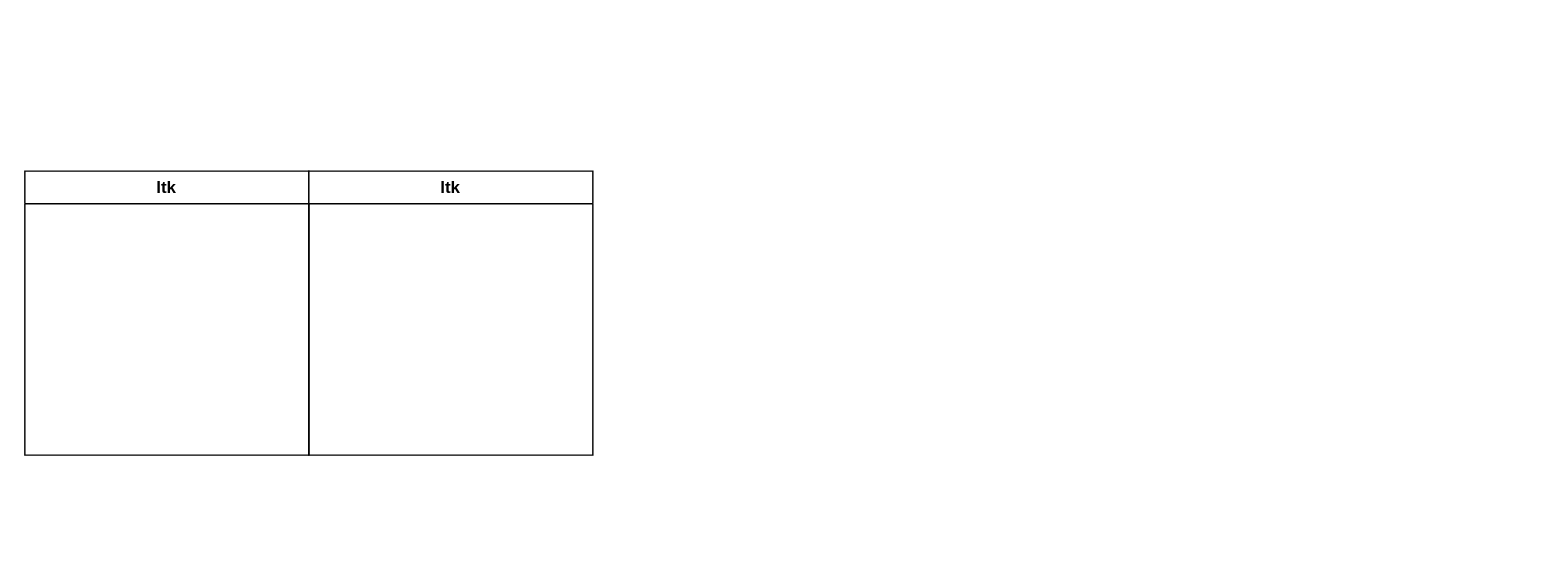
yi2003/diagram keeps this draw.io diagram as 未命名绘图.drawio. Above is the earlier version. Source tidied: cells renumbered, new cells numbered last; positions are measured from the earlier drawing's top-left corner, leaving out a move shared by most shapes. Both pictures are drawn from the tidied source at 142%, with x=0, y=0 at pixel (24, 170).
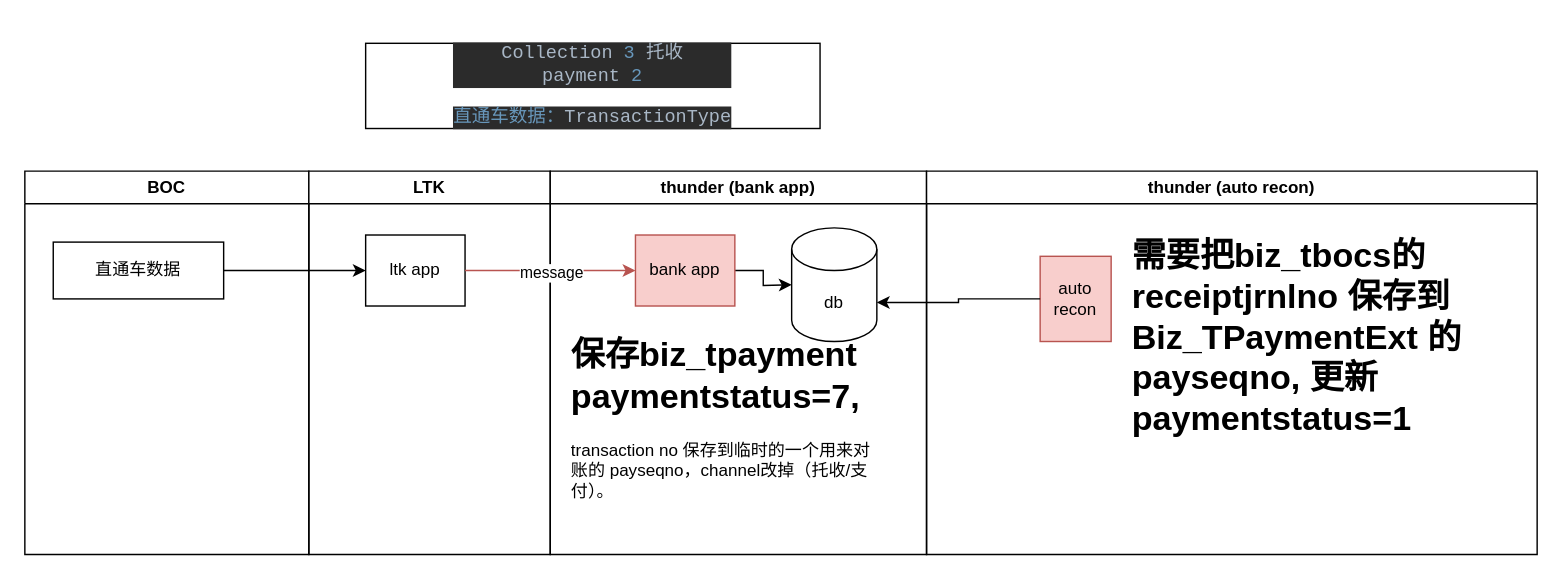
After the change.

Commit message (it also covers changes not shown here):
更新未命名绘图.drawio

The edit, as a diff of the source:
```diff
@@
 <mxGraphModel>
   <root>
     <mxCell id="0" />
     <mxCell id="1" parent="0" />
-    <mxCell id="2" value="ltk" style="swimlane;whiteSpace=wrap;html=1;" parent="1" vertex="1">
-      <mxGeometry width="200" height="200" as="geometry" />
+    <mxCell id="2" value="BOC" style="swimlane;whiteSpace=wrap;html=1;" parent="1" vertex="1">
+      <mxGeometry width="200" height="270" as="geometry" />
     </mxCell>
+    <mxCell id="4" value="直通车数据" style="rounded=0;whiteSpace=wrap;html=1;" parent="2" vertex="1">
+      <mxGeometry x="20" y="50" width="120" height="40" as="geometry" />
+    </mxCell>
-    <mxCell id="3" value="ltk" style="swimlane;whiteSpace=wrap;html=1;" parent="1" vertex="1">
-      <mxGeometry x="200" width="200" height="200" as="geometry" />
+    <mxCell id="3" value="LTK" style="swimlane;whiteSpace=wrap;html=1;" parent="1" vertex="1">
+      <mxGeometry x="200" width="170" height="270" as="geometry" />
     </mxCell>
+    <mxCell id="5" value="ltk app" style="rounded=0;whiteSpace=wrap;html=1;" parent="3" vertex="1">
+      <mxGeometry x="40" y="45" width="70" height="50" as="geometry" />
+    </mxCell>
+    <mxCell id="6" value="thunder (bank app)" style="swimlane;whiteSpace=wrap;html=1;" parent="1" vertex="1">
+      <mxGeometry x="370" width="265" height="270" as="geometry" />
+    </mxCell>
+    <mxCell id="7" style="edgeStyle=orthogonalEdgeStyle;rounded=0;jettySize=auto;html=1;" parent="6" edge="1" source="8">
+      <mxGeometry relative="1" as="geometry">
+        <mxPoint x="170" y="80" as="targetPoint" />
+      </mxGeometry>
+    </mxCell>
+    <mxCell id="8" value="bank app" style="rounded=0;whiteSpace=wrap;html=1;fillColor=#f8cecc;strokeColor=#b85450;" parent="6" vertex="1">
+      <mxGeometry x="60" y="45" width="70" height="50" as="geometry" />
+    </mxCell>
+    <mxCell id="9" value="db" style="shape=cylinder3;whiteSpace=wrap;html=1;boundedLbl=1;backgroundOutline=1;size=15;" parent="6" vertex="1">
+      <mxGeometry x="170" y="40" width="60" height="80" as="geometry" />
+    </mxCell>
+    <mxCell id="10" value="&lt;h1&gt;保存biz_tpayment paymentstatus=7,&lt;/h1&gt;&lt;div&gt;transaction no 保存到临时的一个用来对账的 payseqno，channel改掉（托收/支付）。&lt;/div&gt;" style="text;html=1;strokeColor=none;fillColor=none;spacing=5;spacingTop=-20;whiteSpace=wrap;overflow=hidden;rounded=0;" parent="6" vertex="1">
+      <mxGeometry x="10" y="110" width="220" height="160" as="geometry" />
+    </mxCell>
+    <mxCell id="11" value="thunder (auto recon)" style="swimlane;whiteSpace=wrap;html=1;" parent="1" vertex="1">
+      <mxGeometry x="635" width="430" height="270" as="geometry" />
+    </mxCell>
+    <mxCell id="12" value="auto recon" style="rounded=0;whiteSpace=wrap;html=1;fillColor=#f8cecc;strokeColor=#b85450;" parent="11" vertex="1">
+      <mxGeometry x="80" y="60" width="50" height="60" as="geometry" />
+    </mxCell>
+    <mxCell id="13" value="&lt;h1&gt;需要把biz_tbocs的receiptjrnlno 保存到Biz_TPaymentExt 的payseqno, 更新paymentstatus=1&lt;/h1&gt;" style="text;html=1;strokeColor=none;fillColor=none;spacing=5;spacingTop=-20;whiteSpace=wrap;overflow=hidden;rounded=0;" parent="11" vertex="1">
+      <mxGeometry x="140" y="40" width="270" height="160" as="geometry" />
+    </mxCell>
+    <mxCell id="14" style="edgeStyle=orthogonalEdgeStyle;rounded=0;jettySize=auto;html=1;entryX=0;entryY=0.5;entryDx=0;entryDy=0;" parent="1" edge="1" source="4" target="5">
+      <mxGeometry relative="1" as="geometry" />
+    </mxCell>
+    <mxCell id="15" style="edgeStyle=orthogonalEdgeStyle;rounded=0;jettySize=auto;html=1;fillColor=#f8cecc;strokeColor=#b85450;" parent="1" edge="1" source="5" target="8">
+      <mxGeometry relative="1" as="geometry" />
+    </mxCell>
+    <mxCell id="16" value="message" style="edgeLabel;html=1;align=center;verticalAlign=middle;" parent="15" vertex="1">
+      <mxGeometry y="-1" relative="1" as="geometry" />
+    </mxCell>
+    <mxCell id="17" style="edgeStyle=orthogonalEdgeStyle;rounded=0;jettySize=auto;html=1;entryX=1;entryY=0;entryDx=0;entryDy=52.5;entryPerimeter=0;" parent="1" edge="1" source="12" target="9">
+      <mxGeometry relative="1" as="geometry" />
+    </mxCell>
+    <mxCell id="18" value="&lt;pre style=&quot;background-color:#2b2b2b;color:#a9b7c6;font-family:'JetBrains Mono',monospace;font-size:9.8pt;&quot;&gt;Collection &lt;span style=&quot;color:#6897bb;&quot;&gt;3 &lt;/span&gt;&lt;span style=&quot;font-family:'Courier New',monospace;&quot;&gt;托收&lt;br&gt;&lt;/span&gt;payment &lt;span style=&quot;color:#6897bb;&quot;&gt;2&lt;/span&gt;&lt;/pre&gt;&lt;pre style=&quot;background-color:#2b2b2b;color:#a9b7c6;font-family:'JetBrains Mono',monospace;font-size:9.8pt;&quot;&gt;&lt;span style=&quot;color:#6897bb;&quot;&gt;直通车数据：&lt;/span&gt;TransactionType&lt;/pre&gt;" style="rounded=0;whiteSpace=wrap;html=1;" parent="1" vertex="1">
+      <mxGeometry x="240" y="-90" width="320" height="60" as="geometry" />
+    </mxCell>
   </root>
 </mxGraphModel>
```
